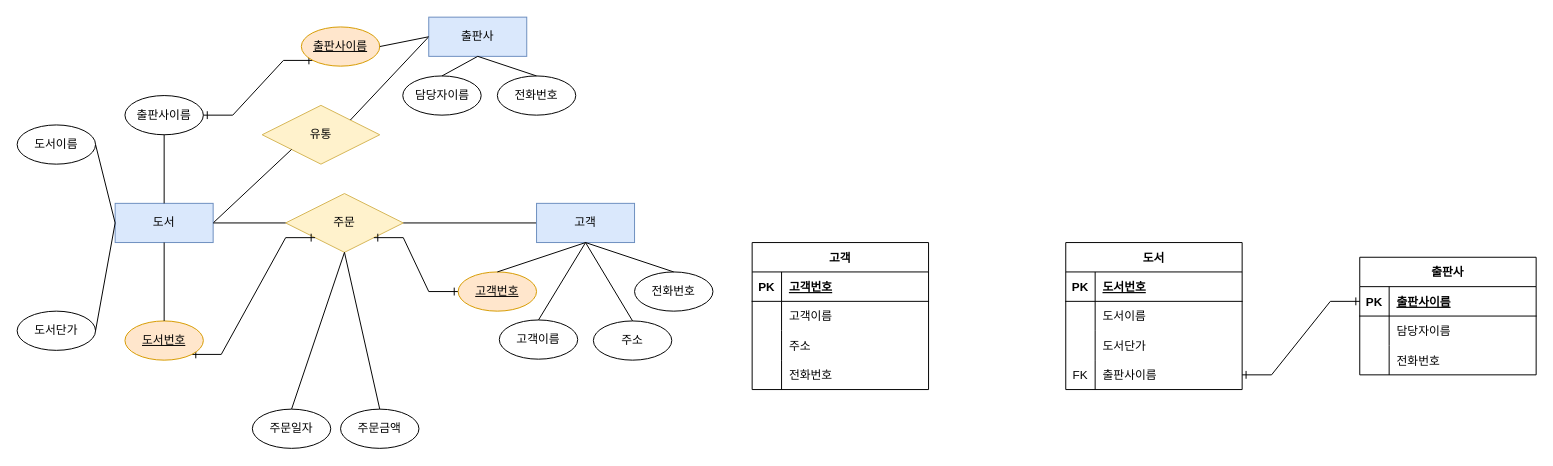
emptysky2022/drawio_study keeps this draw.io diagram as book.drawio. Above is the earlier version. Source tidied: cells renumbered, new cells numbered last; positions are measured from the earlier drawing's top-left corner, leaving out a move shared by most shapes. Both pictures are drawn from the tidied source at 98%, with x=0, y=0 at pixel (17, 17).
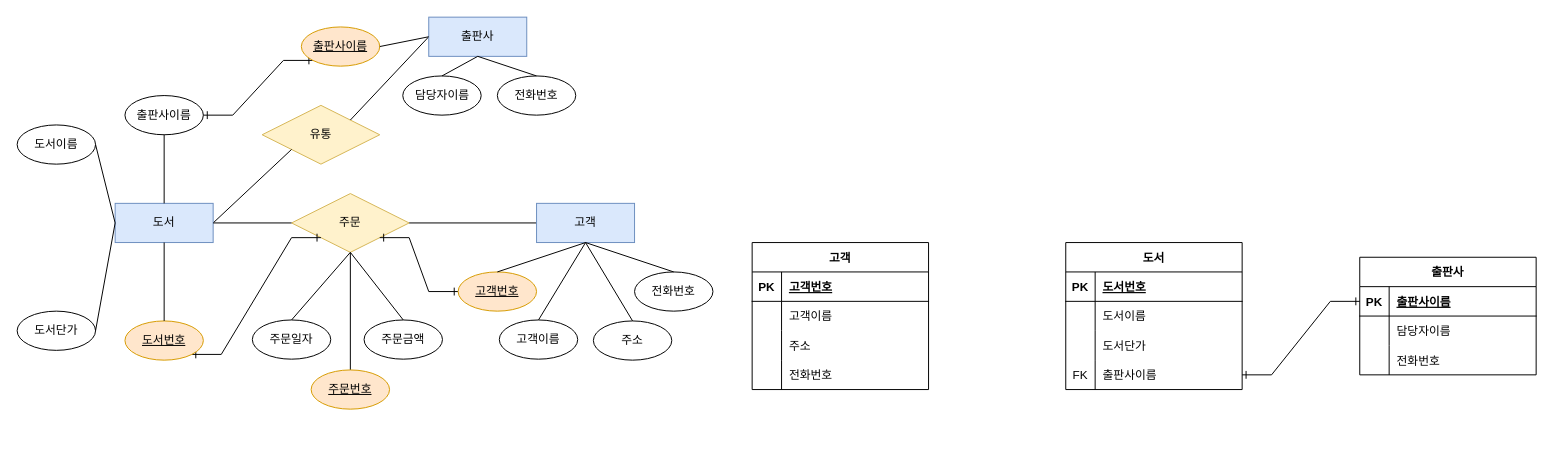
The same page after the edit.

Diff of the diagram source:
```diff
@@
+    <mxCell id="77" style="rounded=0;jettySize=auto;html=1;exitX=0.5;exitY=1;exitDx=0;exitDy=0;entryX=0.5;entryY=0;entryDx=0;entryDy=0;fontSize=30;startArrow=none;startFill=0;endArrow=none;endFill=0;elbow=vertical;" parent="1" edge="1" source="5" target="78">
+      <mxGeometry relative="1" as="geometry" />
+    </mxCell>
     <mxCell id="5" value="주문" style="shape=rhombus;perimeter=rhombusPerimeter;whiteSpace=wrap;html=1;align=center;fillColor=#fff2cc;strokeColor=#d6b656;" parent="1" vertex="1">
-      <mxGeometry x="274" y="180" width="120" height="60" as="geometry" />
+      <mxGeometry x="280" y="180" width="120" height="60" as="geometry" />
     </mxCell>
@@
     <mxCell id="20" value="주문일자" style="ellipse;whiteSpace=wrap;html=1;align=center;" parent="1" vertex="1">
-      <mxGeometry x="240" y="400" width="80" height="40" as="geometry" />
+      <mxGeometry x="240" y="309" width="80" height="40" as="geometry" />
     </mxCell>
-    <mxCell id="21" style="edgeStyle=none;rounded=0;jettySize=auto;html=1;exitX=0.5;exitY=0;exitDx=0;exitDy=0;entryX=0.5;entryY=1;entryDx=0;entryDy=0;endArrow=none;endFill=0;" parent="1" edge="1" source="22" target="5">
+    <mxCell id="21" style="rounded=0;jettySize=auto;html=1;exitX=0.5;exitY=0;exitDx=0;exitDy=0;entryX=0.5;entryY=1;entryDx=0;entryDy=0;endArrow=none;endFill=0;elbow=vertical;" parent="1" edge="1" source="22" target="5">
       <mxGeometry relative="1" as="geometry" />
     </mxCell>
     <mxCell id="22" value="주문금액" style="ellipse;whiteSpace=wrap;html=1;align=center;" parent="1" vertex="1">
-      <mxGeometry x="330" y="400" width="80" height="40" as="geometry" />
+      <mxGeometry x="354" y="309" width="80" height="40" as="geometry" />
     </mxCell>
@@
+    <mxCell id="78" value="주문번호" style="ellipse;whiteSpace=wrap;html=1;align=center;fontStyle=4;fillColor=#ffe6cc;strokeColor=#d79b00;" parent="1" vertex="1">
+      <mxGeometry x="300" y="360" width="80" height="40" as="geometry" />
+    </mxCell>
```
